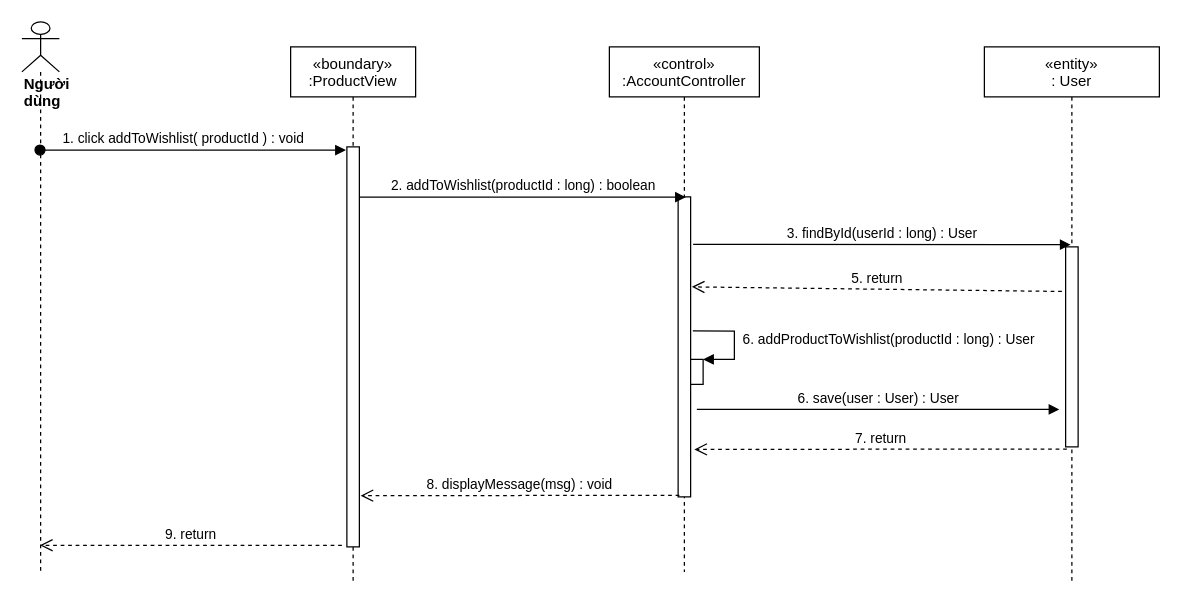
Before: sequence diagram/add-product-to-wishlist-diagram.drawio in nguyenphamvan/datn_20202, a draw.io diagram. Source tidied: cells renumbered, new cells numbered last; positions are measured from the earlier drawing's top-left corner, leaving out a move shared by most shapes. Both pictures are drawn from the tidied source at 125%, with x=0, y=0 at pixel (21, 21).
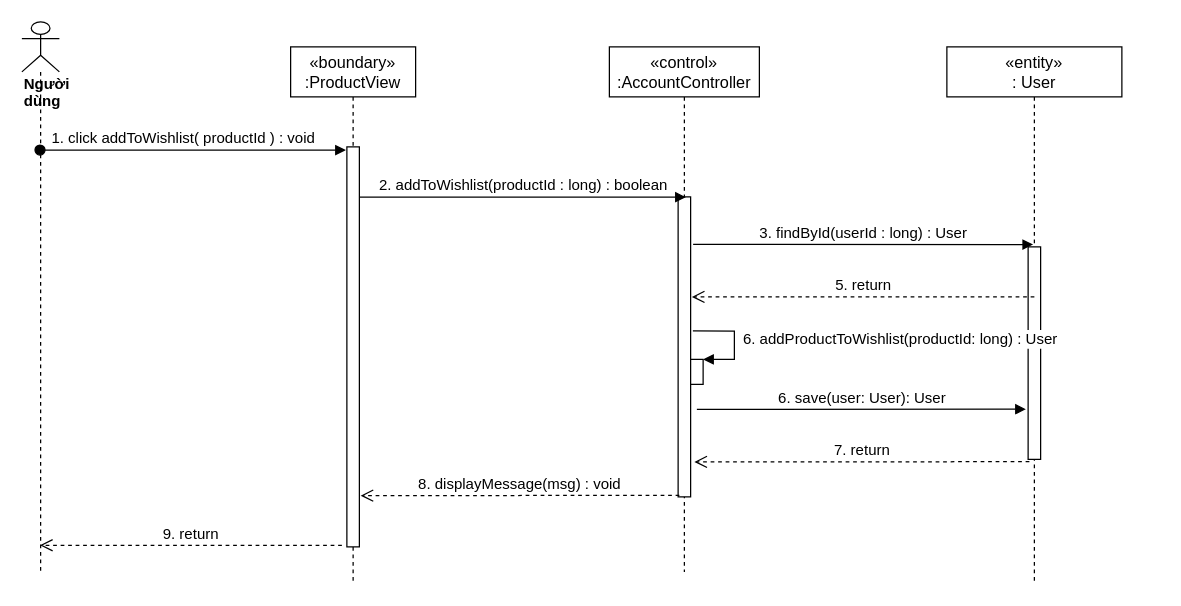
The same diagram, later.

Unchanged cells that the change refers to:
```xml
<mxCell id="3" style="points=[];perimeter=orthogonalPerimeter;rounded=0;shadow=0;strokeWidth=1;" parent="2" vertex="1">
  <mxGeometry x="45" y="80" width="10" height="320" as="geometry" />
</mxCell>
<mxCell id="5" style="points=[];perimeter=orthogonalPerimeter;rounded=0;shadow=0;strokeWidth=1;" parent="4" vertex="1">
  <mxGeometry x="55" y="120" width="10" height="240" as="geometry" />
</mxCell>
<mxCell id="6" value="&lt;div&gt;&lt;b&gt;Người dùng&lt;/b&gt;&lt;/div&gt;" style="shape=umlLifeline;participant=umlActor;perimeter=lifelinePerimeter;whiteSpace=wrap;html=1;verticalAlign=top;spacingTop=36;outlineConnect=0;align=left;" parent="1" vertex="1">
  <mxGeometry width="30" height="440" as="geometry" />
</mxCell>
<mxCell id="15" style="html=1;points=[];perimeter=orthogonalPerimeter;" parent="1" vertex="1">
  <mxGeometry x="535" y="270" width="10" height="20" as="geometry" />
</mxCell>
```

The edit, as a diff of the source:
```diff
@@
-    <mxCell id="2" value="«boundary»&#10;:ProductView" style="shape=umlLifeline;perimeter=lifelinePerimeter;rounded=0;shadow=0;strokeWidth=1;" parent="1" vertex="1">
+    <mxCell id="2" value="«boundary»&#10;:ProductView" style="shape=umlLifeline;perimeter=lifelinePerimeter;rounded=0;shadow=0;strokeWidth=1;fontSize=13;" parent="1" vertex="1">
       <mxGeometry x="215" y="20" width="100" height="430" as="geometry" />
     </mxCell>
@@
-    <mxCell id="4" value="«control»&#10;:AccountController" style="shape=umlLifeline;perimeter=lifelinePerimeter;rounded=0;shadow=0;strokeWidth=1;" parent="1" vertex="1">
+    <mxCell id="4" value="«control»&#10;:AccountController" style="shape=umlLifeline;perimeter=lifelinePerimeter;rounded=0;shadow=0;strokeWidth=1;fontSize=13;" parent="1" vertex="1">
       <mxGeometry x="470" y="20" width="120" height="420" as="geometry" />
     </mxCell>
@@
-    <mxCell id="7" value="1. click addToWishlist( productId ) : void" style="verticalAlign=bottom;startArrow=oval;endArrow=block;startSize=8;shadow=0;strokeWidth=1;entryX=-0.08;entryY=0.008;entryDx=0;entryDy=0;entryPerimeter=0;" parent="1" edge="1" source="6" target="3">
+    <mxCell id="7" value="1. click addToWishlist( productId ) : void" style="verticalAlign=bottom;startArrow=oval;endArrow=block;startSize=8;shadow=0;strokeWidth=1;entryX=-0.08;entryY=0.008;entryDx=0;entryDy=0;entryPerimeter=0;fontSize=12;" parent="1" edge="1" source="6" target="3">
       <mxGeometry x="-0.06" relative="1" as="geometry" />
     </mxCell>
-    <mxCell id="8" value="2. addToWishlist(productId : long) : boolean" style="html=1;verticalAlign=bottom;endArrow=block;entryX=0.617;entryY=0.001;entryDx=0;entryDy=0;entryPerimeter=0;" parent="1" edge="1" source="3" target="5">
+    <mxCell id="8" value="&lt;font style=&quot;font-size: 12px&quot;&gt;2. addToWishlist(productId : long) : boolean&lt;/font&gt;" style="html=1;verticalAlign=bottom;endArrow=block;entryX=0.617;entryY=0.001;entryDx=0;entryDy=0;entryPerimeter=0;" parent="1" edge="1" source="3" target="5">
       <mxGeometry relative="1" as="geometry" />
     </mxCell>
-    <mxCell id="9" value="«entity»&#10;: User" style="shape=umlLifeline;perimeter=lifelinePerimeter;rounded=0;shadow=0;strokeWidth=1;" parent="1" vertex="1">
-      <mxGeometry x="770" y="20" width="140" height="430" as="geometry" />
+    <mxCell id="9" value="«entity»&#10;: User" style="shape=umlLifeline;perimeter=lifelinePerimeter;rounded=0;shadow=0;strokeWidth=1;fontSize=13;" parent="1" vertex="1">
+      <mxGeometry x="740" y="20" width="140" height="430" as="geometry" />
     </mxCell>
     <mxCell id="10" style="points=[];perimeter=orthogonalPerimeter;rounded=0;shadow=0;strokeWidth=1;" parent="9" vertex="1">
-      <mxGeometry x="65" y="160" width="10" height="160" as="geometry" />
+      <mxGeometry x="65" y="160" width="10" height="170" as="geometry" />
     </mxCell>
-    <mxCell id="11" value="6. save(user : User) : User" style="html=1;verticalAlign=bottom;endArrow=block;" parent="1" edge="1">
+    <mxCell id="11" value="&lt;font style=&quot;font-size: 12px&quot;&gt;6. save(user: User): User&lt;/font&gt;" style="html=1;verticalAlign=bottom;endArrow=block;entryX=-0.18;entryY=0.764;entryDx=0;entryDy=0;entryPerimeter=0;" parent="1" edge="1" target="10">
       <mxGeometry relative="1" as="geometry">
         <mxPoint x="540" y="310" as="sourcePoint" />
-        <mxPoint x="830" y="310" as="targetPoint" />
       </mxGeometry>
     </mxCell>
-    <mxCell id="12" value="7. return" style="html=1;verticalAlign=bottom;endArrow=open;dashed=1;endSize=8;exitX=0.1;exitY=1.011;exitDx=0;exitDy=0;exitPerimeter=0;" parent="1" edge="1" source="10">
+    <mxCell id="12" value="&lt;font style=&quot;font-size: 12px&quot;&gt;7. return&lt;/font&gt;" style="html=1;verticalAlign=bottom;endArrow=open;dashed=1;endSize=8;exitX=0.1;exitY=1.011;exitDx=0;exitDy=0;exitPerimeter=0;" parent="1" edge="1" source="10">
       <mxGeometry relative="1" as="geometry">
-        <mxPoint x="538" y="342" as="targetPoint" />
+        <mxPoint x="538" y="352" as="targetPoint" />
       </mxGeometry>
     </mxCell>
-    <mxCell id="13" value="3. findById(userId : long) : User" style="html=1;verticalAlign=bottom;endArrow=block;entryX=0.4;entryY=-0.011;entryDx=0;entryDy=0;entryPerimeter=0;" parent="1" edge="1" target="10">
+    <mxCell id="13" value="&lt;font style=&quot;font-size: 12px&quot;&gt;3. findById(userId : long) : User&lt;/font&gt;" style="html=1;verticalAlign=bottom;endArrow=block;entryX=0.4;entryY=-0.011;entryDx=0;entryDy=0;entryPerimeter=0;" parent="1" edge="1" target="10">
       <mxGeometry relative="1" as="geometry">
         <mxPoint x="537" y="178" as="sourcePoint" />
       </mxGeometry>
     </mxCell>
-    <mxCell id="14" value="5. return" style="html=1;verticalAlign=bottom;endArrow=open;dashed=1;endSize=8;exitX=-0.3;exitY=0.223;exitDx=0;exitDy=0;exitPerimeter=0;" parent="1" edge="1" source="10">
+    <mxCell id="14" value="&lt;font style=&quot;font-size: 12px&quot;&gt;5. return&lt;/font&gt;" style="html=1;verticalAlign=bottom;endArrow=open;dashed=1;endSize=8;exitX=0.5;exitY=0.235;exitDx=0;exitDy=0;exitPerimeter=0;" parent="1" edge="1" source="10">
       <mxGeometry relative="1" as="geometry">
-        <mxPoint x="536" y="212" as="targetPoint" />
+        <mxPoint x="536" y="220" as="targetPoint" />
       </mxGeometry>
     </mxCell>
@@
-    <mxCell id="16" value="&amp;nbsp;6. addProductToWishlist(productId : long) : User" style="edgeStyle=orthogonalEdgeStyle;html=1;align=left;spacingLeft=2;endArrow=block;rounded=0;entryX=1;entryY=0;exitX=1.18;exitY=0.447;exitDx=0;exitDy=0;exitPerimeter=0;" parent="1" edge="1" source="5" target="15">
+    <mxCell id="16" value="&lt;font style=&quot;font-size: 12px&quot;&gt;&amp;nbsp;6. addProductToWishlist(productId: long) : User&lt;/font&gt;" style="edgeStyle=orthogonalEdgeStyle;html=1;align=left;spacingLeft=2;endArrow=block;rounded=0;entryX=1;entryY=0;exitX=1.18;exitY=0.447;exitDx=0;exitDy=0;exitPerimeter=0;" parent="1" edge="1" source="5" target="15">
       <mxGeometry relative="1" as="geometry">
         <Array as="points">
           <mxPoint x="570" y="247" />
           <mxPoint x="570" y="270" />
         </Array>
       </mxGeometry>
     </mxCell>
-    <mxCell id="17" value="8. displayMessage(msg) : void" style="html=1;verticalAlign=bottom;endArrow=open;dashed=1;endSize=8;exitX=0.1;exitY=0.995;exitDx=0;exitDy=0;exitPerimeter=0;" parent="1" edge="1" source="5">
+    <mxCell id="17" value="&lt;font style=&quot;font-size: 12px&quot;&gt;8. displayMessage(msg) : void&lt;/font&gt;" style="html=1;verticalAlign=bottom;endArrow=open;dashed=1;endSize=8;exitX=0.1;exitY=0.995;exitDx=0;exitDy=0;exitPerimeter=0;" parent="1" edge="1" source="5">
       <mxGeometry relative="1" as="geometry">
         <mxPoint x="271" y="379" as="targetPoint" />
       </mxGeometry>
     </mxCell>
-    <mxCell id="18" value="9. return" style="html=1;verticalAlign=bottom;endArrow=open;dashed=1;endSize=8;exitX=-0.4;exitY=0.996;exitDx=0;exitDy=0;exitPerimeter=0;" parent="1" edge="1" source="3" target="6">
+    <mxCell id="18" value="&lt;font style=&quot;font-size: 12px&quot;&gt;9. return&lt;/font&gt;" style="html=1;verticalAlign=bottom;endArrow=open;dashed=1;endSize=8;exitX=-0.4;exitY=0.996;exitDx=0;exitDy=0;exitPerimeter=0;" parent="1" edge="1" source="3" target="6">
       <mxGeometry relative="1" as="geometry" />
     </mxCell>
```
